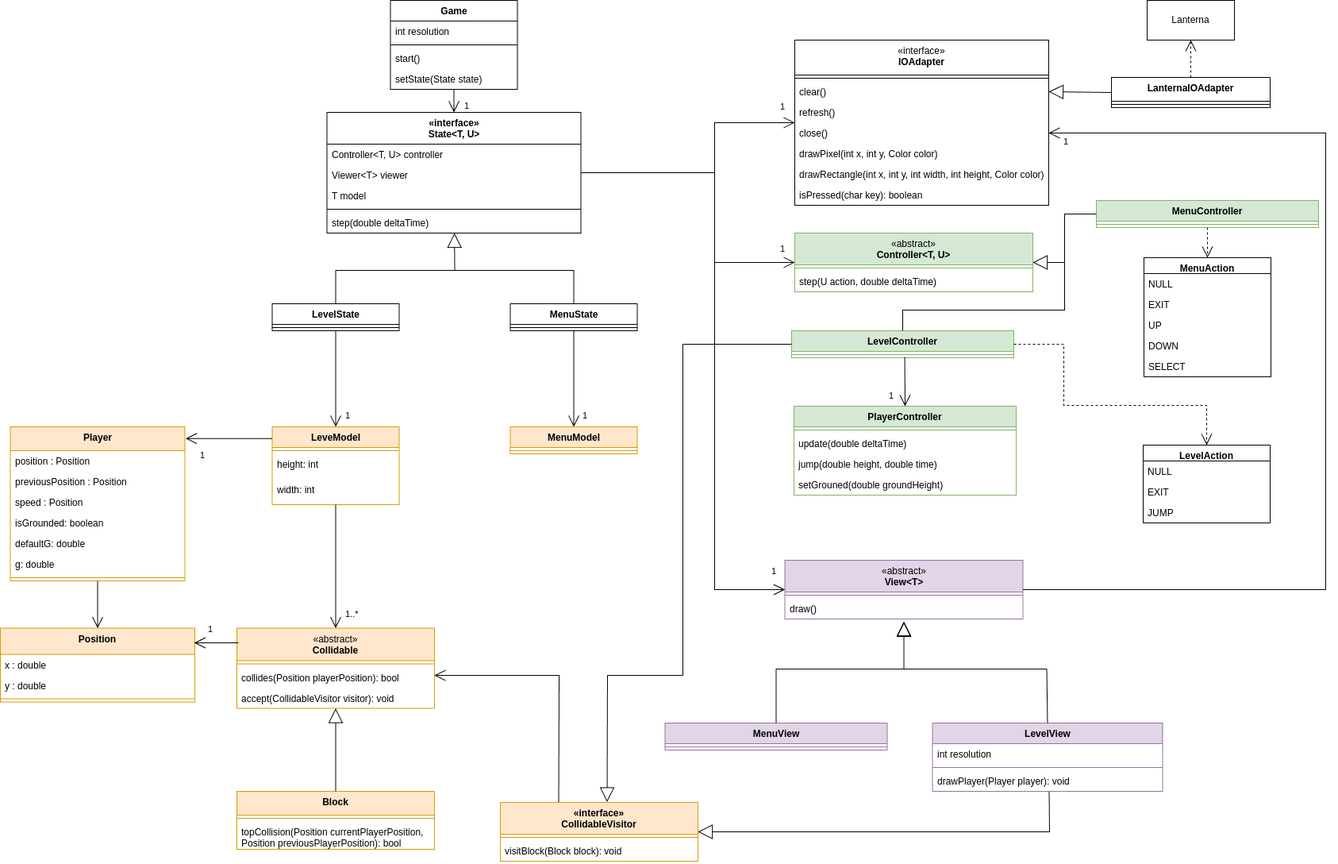
Before: docs/uml.png, a diagram exported from draw.io (LuisGoncalves05/Minidash). Source tidied: cells renumbered, new cells last; positions are measured from the earlier drawing's top-left corner, leaving out a move shared by most shapes.
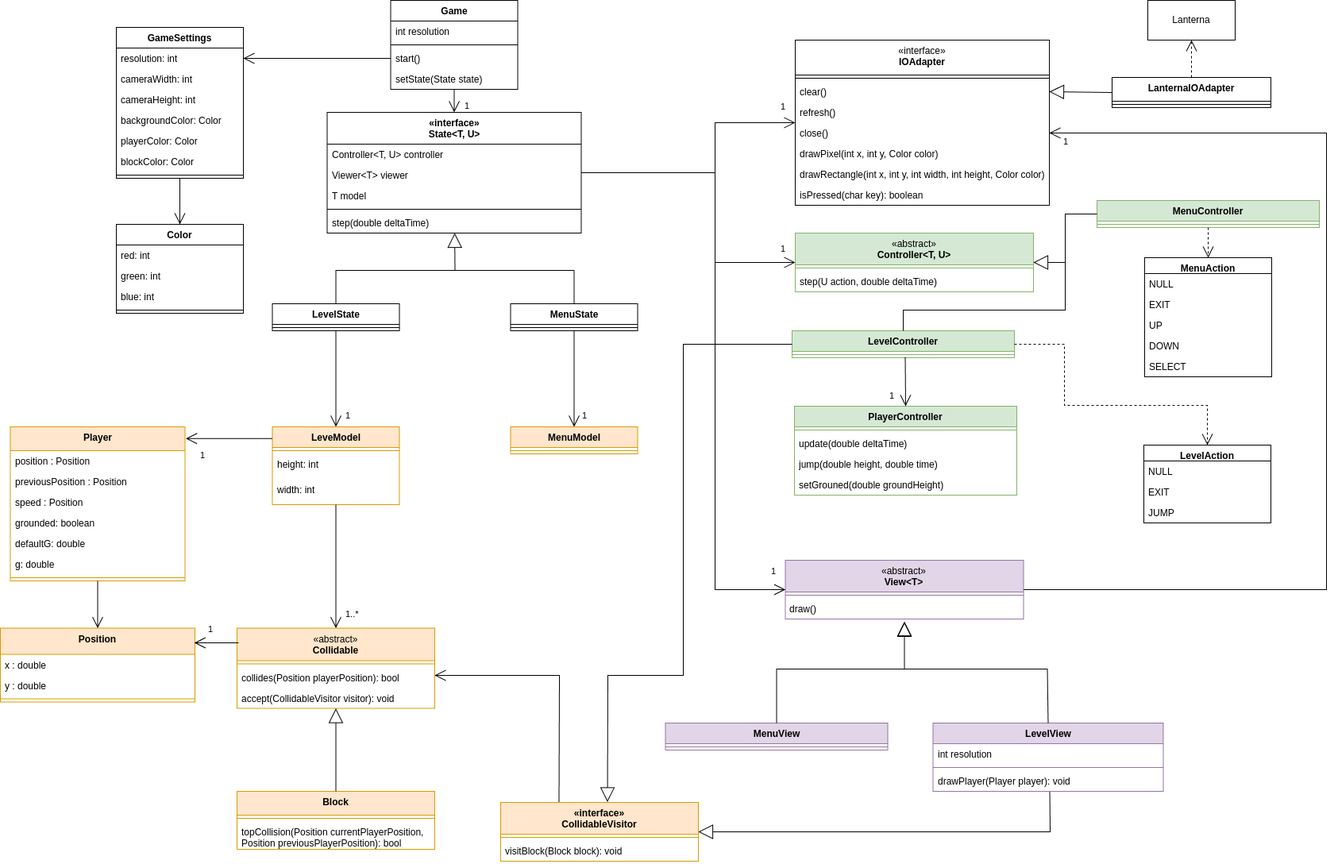
Above is the later version.

The edit, as a diff of the source:
```diff
@@ -95,7 +95,7 @@
     <mxCell id="32" value="&lt;div&gt;speed : Position&lt;/div&gt;" style="text;strokeColor=none;fillColor=none;align=left;verticalAlign=top;spacingLeft=4;spacingRight=4;overflow=hidden;whiteSpace=wrap;html=1;" parent="29" vertex="1">
       <mxGeometry y="82" width="220" height="26" as="geometry" />
     </mxCell>
-    <mxCell id="33" value="isGrounded: boolean" style="text;strokeColor=none;fillColor=none;align=left;verticalAlign=top;spacingLeft=4;spacingRight=4;overflow=hidden;whiteSpace=wrap;html=1;" parent="29" vertex="1">
+    <mxCell id="33" value="grounded: boolean" style="text;strokeColor=none;fillColor=none;align=left;verticalAlign=top;spacingLeft=4;spacingRight=4;overflow=hidden;whiteSpace=wrap;html=1;" parent="29" vertex="1">
       <mxGeometry y="108" width="220" height="26" as="geometry" />
     </mxCell>
     <mxCell id="34" value="defaultG: double" style="text;strokeColor=none;fillColor=none;align=left;verticalAlign=top;spacingLeft=4;spacingRight=4;overflow=hidden;whiteSpace=wrap;html=1;" parent="29" vertex="1">
@@ -450,5 +450,50 @@
     <mxCell id="123" style="endArrow=block;endSize=16;endFill=0;html=1;rounded=0;entryX=1;entryY=0.5;entryDx=0;entryDy=0;exitX=0;exitY=0.5;exitDx=0;exitDy=0;" parent="1" edge="1" source="3" target="49">
       <mxGeometry relative="1" as="geometry" />
     </mxCell>
+    <mxCell id="124" value="GameSettings" style="swimlane;fontStyle=1;align=center;verticalAlign=top;horizontal=1;startSize=26;whiteSpace=wrap;html=1;" parent="1" vertex="1">
+      <mxGeometry x="146" y="34" width="160" height="190" as="geometry" />
+    </mxCell>
+    <mxCell id="125" value="resolution: int" style="text;strokeColor=none;fillColor=none;align=left;verticalAlign=top;spacingLeft=4;spacingRight=4;overflow=hidden;points=[[0,0.5],[1,0.5]];portConstraint=eastwest;whiteSpace=wrap;html=1;" parent="124" vertex="1">
+      <mxGeometry y="26" width="160" height="26" as="geometry" />
+    </mxCell>
+    <mxCell id="126" value="cameraWidth: int" style="text;strokeColor=none;fillColor=none;align=left;verticalAlign=top;spacingLeft=4;spacingRight=4;overflow=hidden;whiteSpace=wrap;html=1;" parent="124" vertex="1">
+      <mxGeometry y="52" width="160" height="26" as="geometry" />
+    </mxCell>
+    <mxCell id="127" value="cameraHeight: int" style="text;strokeColor=none;fillColor=none;align=left;verticalAlign=top;spacingLeft=4;spacingRight=4;overflow=hidden;whiteSpace=wrap;html=1;" parent="124" vertex="1">
+      <mxGeometry y="78" width="160" height="26" as="geometry" />
+    </mxCell>
+    <mxCell id="128" value="backgroundColor: Color" style="text;strokeColor=none;fillColor=none;align=left;verticalAlign=top;spacingLeft=4;spacingRight=4;overflow=hidden;whiteSpace=wrap;html=1;" parent="124" vertex="1">
+      <mxGeometry y="104" width="160" height="26" as="geometry" />
+    </mxCell>
+    <mxCell id="129" value="playerColor: Color" style="text;strokeColor=none;fillColor=none;align=left;verticalAlign=top;spacingLeft=4;spacingRight=4;overflow=hidden;whiteSpace=wrap;html=1;" parent="124" vertex="1">
+      <mxGeometry y="130" width="160" height="26" as="geometry" />
+    </mxCell>
+    <mxCell id="130" value="blockColor: Color" style="text;strokeColor=none;fillColor=none;align=left;verticalAlign=top;spacingLeft=4;spacingRight=4;overflow=hidden;whiteSpace=wrap;html=1;" parent="124" vertex="1">
+      <mxGeometry y="156" width="160" height="26" as="geometry" />
+    </mxCell>
+    <mxCell id="131" style="line;strokeWidth=1;fillColor=none;align=left;verticalAlign=middle;spacingTop=-1;spacingLeft=3;spacingRight=3;labelPosition=right;strokeColor=inherit;" parent="124" vertex="1">
+      <mxGeometry y="182" width="160" height="8" as="geometry" />
+    </mxCell>
+    <mxCell id="132" style="endArrow=open;endFill=1;endSize=12;html=1;rounded=0;entryX=1;entryY=0.5;entryDx=0;entryDy=0;exitX=0;exitY=0.5;exitDx=0;exitDy=0;" parent="1" edge="1" source="8" target="125">
+      <mxGeometry relative="1" as="geometry" />
+    </mxCell>
+    <mxCell id="133" value="Color" style="swimlane;fontStyle=1;align=center;verticalAlign=top;horizontal=1;startSize=26;whiteSpace=wrap;html=1;" parent="1" vertex="1">
+      <mxGeometry x="146" y="282" width="160" height="112" as="geometry" />
+    </mxCell>
+    <mxCell id="134" value="red: int" style="text;strokeColor=none;fillColor=none;align=left;verticalAlign=top;spacingLeft=4;spacingRight=4;overflow=hidden;whiteSpace=wrap;html=1;" parent="133" vertex="1">
+      <mxGeometry y="26" width="160" height="26" as="geometry" />
+    </mxCell>
+    <mxCell id="135" value="green: int" style="text;strokeColor=none;fillColor=none;align=left;verticalAlign=top;spacingLeft=4;spacingRight=4;overflow=hidden;whiteSpace=wrap;html=1;" parent="133" vertex="1">
+      <mxGeometry y="52" width="160" height="26" as="geometry" />
+    </mxCell>
+    <mxCell id="136" value="blue: int" style="text;strokeColor=none;fillColor=none;align=left;verticalAlign=top;spacingLeft=4;spacingRight=4;overflow=hidden;whiteSpace=wrap;html=1;" parent="133" vertex="1">
+      <mxGeometry y="78" width="160" height="26" as="geometry" />
+    </mxCell>
+    <mxCell id="137" style="line;strokeWidth=1;fillColor=none;align=left;verticalAlign=middle;spacingTop=-1;spacingLeft=3;spacingRight=3;labelPosition=right;strokeColor=inherit;" parent="133" vertex="1">
+      <mxGeometry y="104" width="160" height="8" as="geometry" />
+    </mxCell>
+    <mxCell id="138" style="endArrow=open;endFill=1;endSize=12;html=1;rounded=0;entryX=0.5;entryY=0;entryDx=0;entryDy=0;exitX=0.5;exitY=1;exitDx=0;exitDy=0;" parent="1" edge="1" source="124" target="133">
+      <mxGeometry relative="1" as="geometry" />
+    </mxCell>
   </root>
 </mxGraphModel>
```
